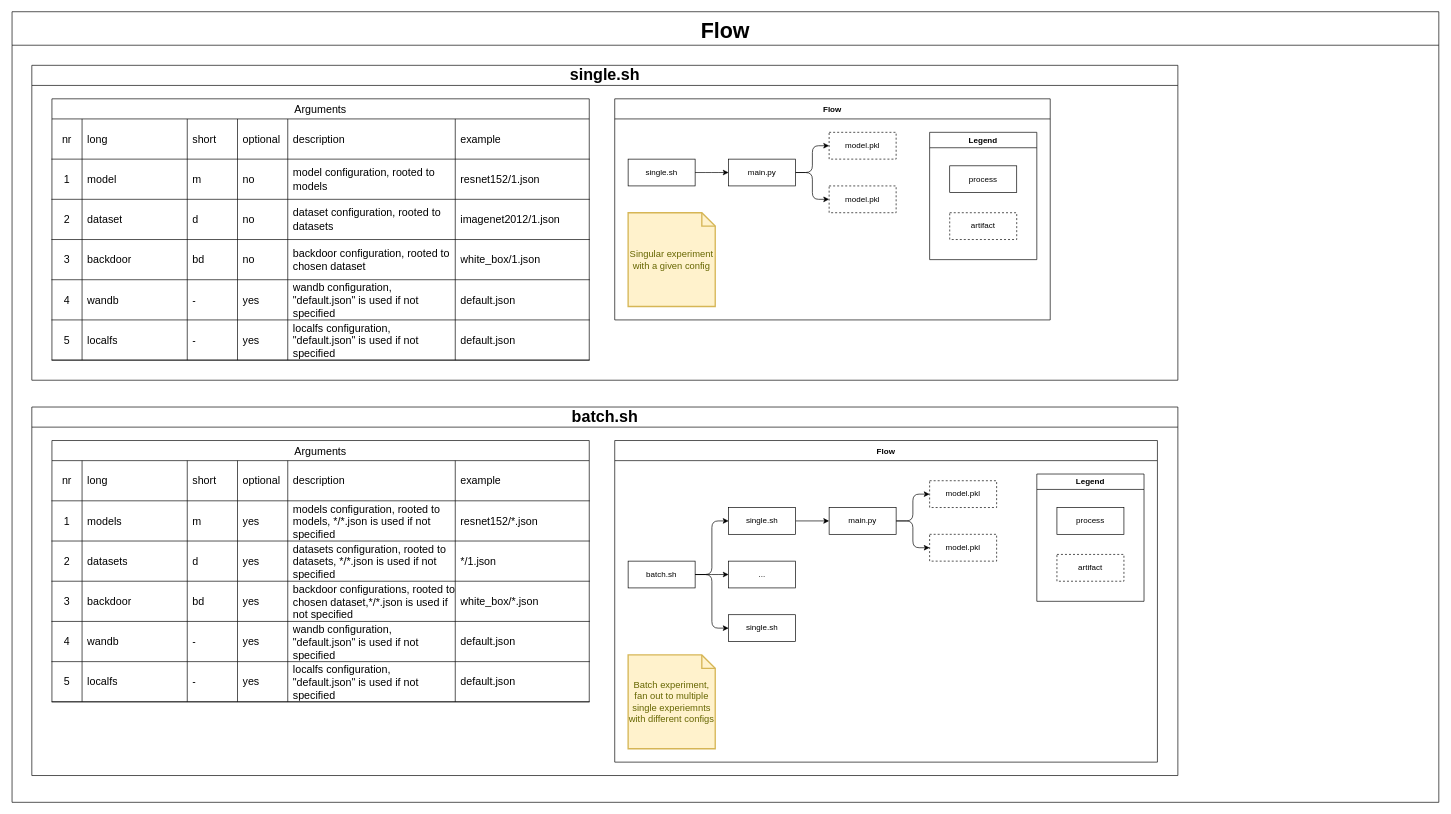
Above: page "Flow" (3 of 3) of docs/architecture.drawio in piotrszczypior/backdoors (draw.io), before the change. Source tidied: cells renumbered, new cells numbered last; positions are measured from the earlier drawing's top-left corner, leaving out a move shared by most shapes. Both pictures are drawn from the tidied source at 67%, with x=0, y=0 at pixel (11, 11).
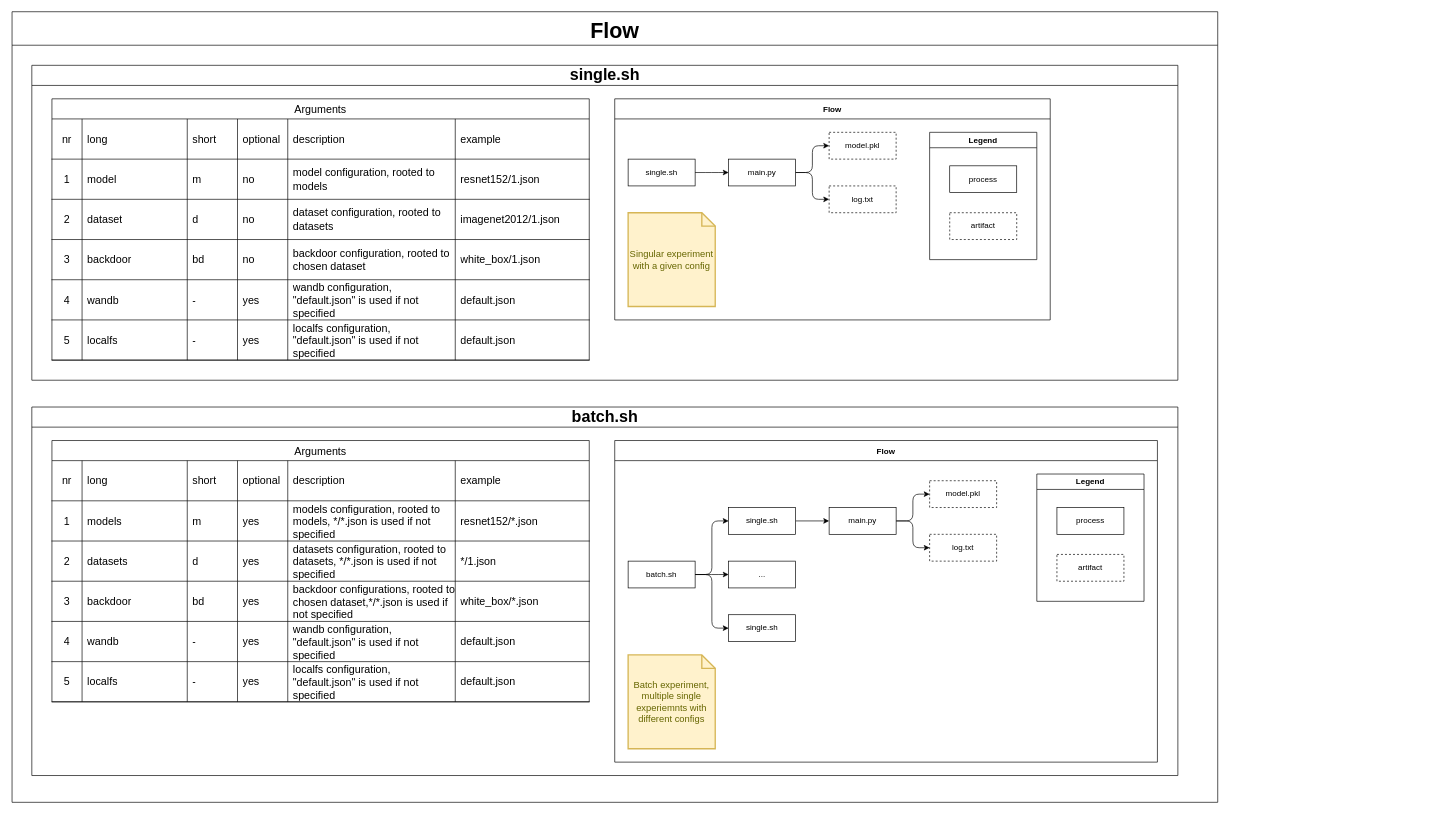
Above is the later version.

The change refers to these unchanged cells:
```xml
<mxCell id="47" value="Flow" style="swimlane;startSize=30;horizontal=1;horizontalTree=1;sortEdges=1;containerType=tree;fontSize=12;" parent="3" vertex="1">
  <mxGeometry x="870" y="50" width="650" height="330" as="geometry" />
</mxCell>
<mxCell id="103" value="Flow" style="swimlane;startSize=30;horizontal=1;horizontalTree=1;sortEdges=1;containerType=tree;fontSize=12;" parent="59" vertex="1">
  <mxGeometry x="870" y="50" width="810" height="480" as="geometry" />
</mxCell>
```

The edit, as a diff of the source:
```diff
@@
     <mxCell id="2" value="Flow" style="swimlane;startSize=50;horizontal=1;horizontalTree=1;sortEdges=1;containerType=tree;fontSize=32;fontStyle=1;" parent="1" vertex="1">
-      <mxGeometry x="0.5" width="2129.5" height="1180" as="geometry" />
+      <mxGeometry x="0.5" width="1799.5" height="1180" as="geometry" />
     </mxCell>
@@
-    <mxCell id="54" value="model.pkl" style="whiteSpace=wrap;html=1;dashed=1;" parent="47" vertex="1">
+    <mxCell id="54" value="log.txt" style="whiteSpace=wrap;html=1;dashed=1;" parent="47" vertex="1">
       <mxGeometry x="320" y="130" width="100" height="40" as="geometry" />
     </mxCell>
@@
-    <mxCell id="119" value="model.pkl" style="whiteSpace=wrap;html=1;dashed=1;" parent="103" vertex="1">
+    <mxCell id="119" value="log.txt" style="whiteSpace=wrap;html=1;dashed=1;" parent="103" vertex="1">
       <mxGeometry x="470" y="140" width="100" height="40" as="geometry" />
     </mxCell>
-    <mxCell id="120" value="Batch experiment, fan out to multiple single experiemnts with different configs" style="shape=note;strokeWidth=2;fontSize=14;size=20;whiteSpace=wrap;html=1;fillColor=#fff2cc;strokeColor=#d6b656;fontColor=#666600;" parent="103" vertex="1">
+    <mxCell id="120" value="Batch experiment, multiple single experiemnts with different configs" style="shape=note;strokeWidth=2;fontSize=14;size=20;whiteSpace=wrap;html=1;fillColor=#fff2cc;strokeColor=#d6b656;fontColor=#666600;" parent="103" vertex="1">
       <mxGeometry x="20" y="320" width="130" height="140" as="geometry" />
     </mxCell>
```
